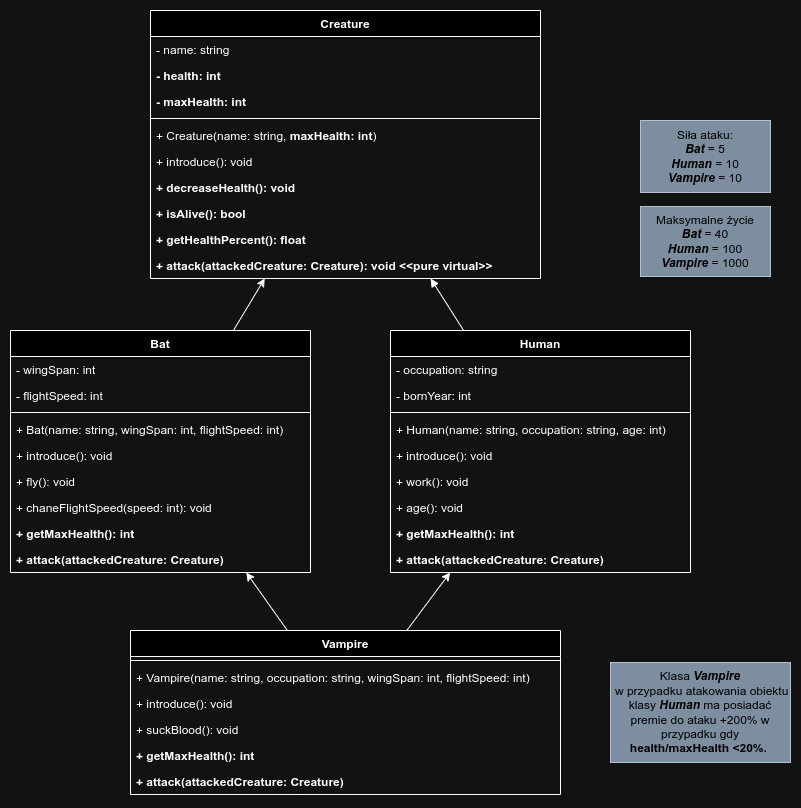
This is assets/vampire2Extended.drawio.png from Kajkitsu/po, a draw.io export, as it was before one commit. Source tidied: cells renumbered, new cells last; positions are measured from the earlier drawing's top-left corner, leaving out a move shared by most shapes.
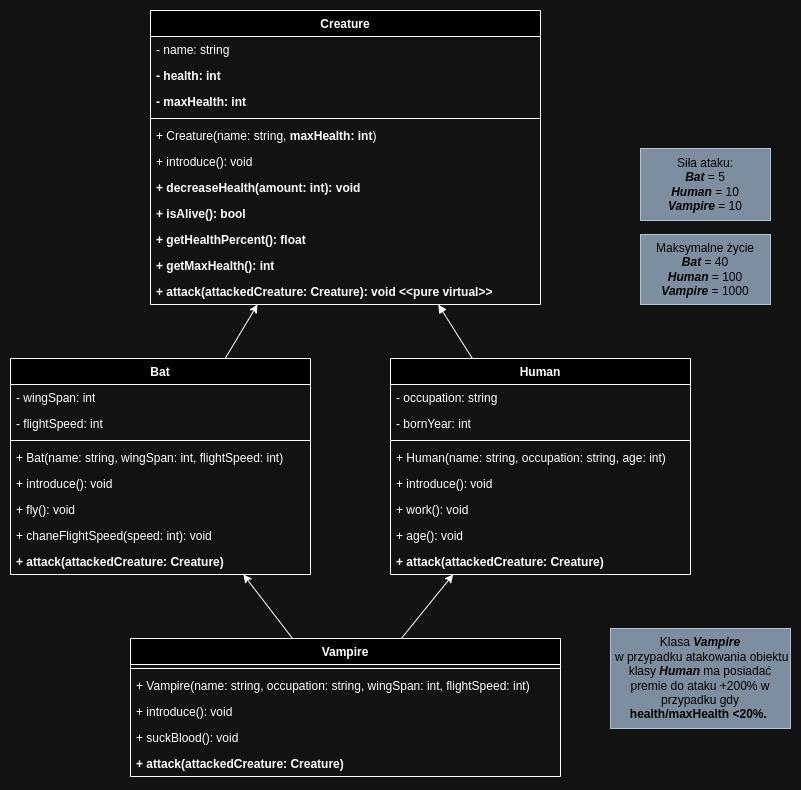
Above is the later version.

What changed in the source:
```diff
@@ -3,7 +3,7 @@
     <mxCell id="0" />
     <mxCell id="1" parent="0" />
     <mxCell id="2" value="Creature" style="swimlane;fontStyle=1;align=center;verticalAlign=top;horizontal=1;startSize=26;whiteSpace=wrap;html=1;" parent="1" vertex="1">
-      <mxGeometry x="140" width="390" height="268" as="geometry" />
+      <mxGeometry x="140" y="-28" width="390" height="294" as="geometry" />
     </mxCell>
     <mxCell id="3" value="- name: string" style="text;strokeColor=none;fillColor=none;align=left;verticalAlign=top;spacingLeft=4;spacingRight=4;overflow=hidden;whiteSpace=wrap;html=1;" parent="2" vertex="1">
       <mxGeometry y="26" width="390" height="26" as="geometry" />
@@ -23,7 +23,7 @@
     <mxCell id="8" value="+ introduce(): void" style="text;strokeColor=none;fillColor=none;align=left;verticalAlign=top;spacingLeft=4;spacingRight=4;overflow=hidden;whiteSpace=wrap;html=1;" parent="2" vertex="1">
       <mxGeometry y="138" width="390" height="26" as="geometry" />
     </mxCell>
-    <mxCell id="9" value="&lt;b&gt;+ decreaseHealth(): void&lt;/b&gt;" style="text;strokeColor=none;fillColor=none;align=left;verticalAlign=top;spacingLeft=4;spacingRight=4;overflow=hidden;whiteSpace=wrap;html=1;" parent="2" vertex="1">
+    <mxCell id="9" value="&lt;b&gt;+ decreaseHealth(amount: int): void&lt;/b&gt;" style="text;strokeColor=none;fillColor=none;align=left;verticalAlign=top;spacingLeft=4;spacingRight=4;overflow=hidden;whiteSpace=wrap;html=1;" parent="2" vertex="1">
       <mxGeometry y="164" width="390" height="26" as="geometry" />
     </mxCell>
     <mxCell id="10" value="&lt;b&gt;+ isAlive(): bool&lt;/b&gt;" style="text;strokeColor=none;fillColor=none;align=left;verticalAlign=top;spacingLeft=4;spacingRight=4;overflow=hidden;whiteSpace=wrap;html=1;" parent="2" vertex="1">
@@ -32,14 +32,17 @@
     <mxCell id="11" value="&lt;b&gt;+ getHealthPercent&lt;/b&gt;&lt;b&gt;(): float&lt;/b&gt;" style="text;strokeColor=none;fillColor=none;align=left;verticalAlign=top;spacingLeft=4;spacingRight=4;overflow=hidden;whiteSpace=wrap;html=1;" parent="2" vertex="1">
       <mxGeometry y="216" width="390" height="26" as="geometry" />
     </mxCell>
+    <mxCell id="47" value="&lt;b&gt;+ getMaxHealth(): int&lt;/b&gt;" style="text;strokeColor=none;fillColor=none;align=left;verticalAlign=top;spacingLeft=4;spacingRight=4;overflow=hidden;whiteSpace=wrap;html=1;" parent="2" vertex="1">
+      <mxGeometry y="242" width="390" height="26" as="geometry" />
+    </mxCell>
     <mxCell id="12" value="&lt;b&gt;+ attack(attackedCreature: Creature): void&amp;nbsp;&amp;lt;&amp;lt;pure virtual&amp;gt;&amp;gt;&lt;/b&gt;" style="text;strokeColor=none;fillColor=none;align=left;verticalAlign=top;spacingLeft=4;spacingRight=4;overflow=hidden;whiteSpace=wrap;html=1;" parent="2" vertex="1">
-      <mxGeometry y="242" width="390" height="26" as="geometry" />
+      <mxGeometry y="268" width="390" height="26" as="geometry" />
     </mxCell>
     <mxCell id="13" style="rounded=0;jettySize=auto;html=1;endArrow=block;endFill=1;" parent="1" edge="1" source="14" target="2">
       <mxGeometry relative="1" as="geometry" />
     </mxCell>
     <mxCell id="14" value="Human" style="swimlane;fontStyle=1;align=center;verticalAlign=top;horizontal=1;startSize=26;whiteSpace=wrap;html=1;" parent="1" vertex="1">
-      <mxGeometry x="380" y="320" width="300" height="242" as="geometry" />
+      <mxGeometry x="380" y="320" width="300" height="216" as="geometry" />
     </mxCell>
     <mxCell id="15" value="- occupation: string" style="text;strokeColor=none;fillColor=none;align=left;verticalAlign=top;spacingLeft=4;spacingRight=4;overflow=hidden;whiteSpace=wrap;html=1;" parent="14" vertex="1">
       <mxGeometry y="26" width="300" height="26" as="geometry" />
@@ -62,17 +65,14 @@
     <mxCell id="21" value="+ age(): void" style="text;strokeColor=none;fillColor=none;align=left;verticalAlign=top;spacingLeft=4;spacingRight=4;overflow=hidden;whiteSpace=wrap;html=1;" parent="14" vertex="1">
       <mxGeometry y="164" width="300" height="26" as="geometry" />
     </mxCell>
-    <mxCell id="22" value="&lt;b&gt;+ getMaxHealth(): int&lt;/b&gt;" style="text;strokeColor=none;fillColor=none;align=left;verticalAlign=top;spacingLeft=4;spacingRight=4;overflow=hidden;whiteSpace=wrap;html=1;" parent="14" vertex="1">
-      <mxGeometry y="190" width="300" height="26" as="geometry" />
-    </mxCell>
     <mxCell id="23" value="&lt;b&gt;+ attack(attackedCreature: Creature)&lt;/b&gt;" style="text;strokeColor=none;fillColor=none;align=left;verticalAlign=top;spacingLeft=4;spacingRight=4;overflow=hidden;whiteSpace=wrap;html=1;" parent="14" vertex="1">
-      <mxGeometry y="216" width="300" height="26" as="geometry" />
+      <mxGeometry y="190" width="300" height="26" as="geometry" />
     </mxCell>
     <mxCell id="24" style="rounded=0;jettySize=auto;html=1;" parent="1" edge="1" source="25" target="2">
       <mxGeometry relative="1" as="geometry" />
     </mxCell>
     <mxCell id="25" value="Bat" style="swimlane;fontStyle=1;align=center;verticalAlign=top;horizontal=1;startSize=26;whiteSpace=wrap;html=1;" parent="1" vertex="1">
-      <mxGeometry y="320" width="300" height="242" as="geometry" />
+      <mxGeometry y="320" width="300" height="216" as="geometry" />
     </mxCell>
     <mxCell id="26" value="- wingSpan: int" style="text;strokeColor=none;fillColor=none;align=left;verticalAlign=top;spacingLeft=4;spacingRight=4;overflow=hidden;whiteSpace=wrap;html=1;" parent="25" vertex="1">
       <mxGeometry y="26" width="300" height="26" as="geometry" />
@@ -95,11 +95,8 @@
     <mxCell id="32" value="+ chaneFlightSpeed(speed: int): void" style="text;strokeColor=none;fillColor=none;align=left;verticalAlign=top;spacingLeft=4;spacingRight=4;overflow=hidden;whiteSpace=wrap;html=1;" parent="25" vertex="1">
       <mxGeometry y="164" width="300" height="26" as="geometry" />
     </mxCell>
-    <mxCell id="33" value="&lt;b&gt;+ getMaxHealth(): int&lt;/b&gt;" style="text;strokeColor=none;fillColor=none;align=left;verticalAlign=top;spacingLeft=4;spacingRight=4;overflow=hidden;whiteSpace=wrap;html=1;" parent="25" vertex="1">
-      <mxGeometry y="190" width="300" height="26" as="geometry" />
-    </mxCell>
     <mxCell id="34" value="&lt;b&gt;+ attack(attackedCreature: Creature)&lt;/b&gt;" style="text;strokeColor=none;fillColor=none;align=left;verticalAlign=top;spacingLeft=4;spacingRight=4;overflow=hidden;whiteSpace=wrap;html=1;" parent="25" vertex="1">
-      <mxGeometry y="216" width="300" height="26" as="geometry" />
+      <mxGeometry y="190" width="300" height="26" as="geometry" />
     </mxCell>
     <mxCell id="35" style="rounded=0;jettySize=auto;html=1;" parent="1" edge="1" source="37" target="14">
       <mxGeometry relative="1" as="geometry" />
@@ -108,7 +105,7 @@
       <mxGeometry relative="1" as="geometry" />
     </mxCell>
     <mxCell id="37" value="Vampire" style="swimlane;fontStyle=1;align=center;verticalAlign=top;horizontal=1;startSize=26;whiteSpace=wrap;html=1;" parent="1" vertex="1">
-      <mxGeometry x="120" y="620" width="430" height="164" as="geometry" />
+      <mxGeometry x="120" y="600" width="430" height="138" as="geometry" />
     </mxCell>
     <mxCell id="38" style="line;strokeWidth=1;fillColor=none;align=left;verticalAlign=middle;spacingTop=-1;spacingLeft=3;spacingRight=3;labelPosition=right;strokeColor=inherit;" parent="37" vertex="1">
       <mxGeometry y="26" width="430" height="8" as="geometry" />
@@ -122,11 +119,8 @@
     <mxCell id="41" value="+ suckBlood(): void" style="text;strokeColor=none;fillColor=none;align=left;verticalAlign=top;spacingLeft=4;spacingRight=4;overflow=hidden;whiteSpace=wrap;html=1;" parent="37" vertex="1">
       <mxGeometry y="86" width="430" height="26" as="geometry" />
     </mxCell>
-    <mxCell id="42" value="&lt;b&gt;+ getMaxHealth(): int&lt;/b&gt;" style="text;strokeColor=none;fillColor=none;align=left;verticalAlign=top;spacingLeft=4;spacingRight=4;overflow=hidden;whiteSpace=wrap;html=1;" parent="37" vertex="1">
-      <mxGeometry y="112" width="430" height="26" as="geometry" />
-    </mxCell>
     <mxCell id="43" value="&lt;b&gt;+ attack(attackedCreature: Creature)&lt;/b&gt;" style="text;strokeColor=none;fillColor=none;align=left;verticalAlign=top;spacingLeft=4;spacingRight=4;overflow=hidden;whiteSpace=wrap;html=1;" parent="37" vertex="1">
-      <mxGeometry y="138" width="430" height="26" as="geometry" />
+      <mxGeometry y="112" width="430" height="26" as="geometry" />
     </mxCell>
     <mxCell id="44" value="Maksymalne życie&lt;br&gt;&lt;i style=&quot;font-weight: bold;&quot;&gt;Bat&lt;/i&gt; = 40&lt;br&gt;&lt;b&gt;&lt;i&gt;Human&lt;/i&gt;&lt;/b&gt; = 100&lt;br&gt;&lt;b&gt;&lt;i&gt;Vampire&lt;/i&gt;&lt;/b&gt; = 1000" style="rounded=0;whiteSpace=wrap;html=1;fillColor=#647687;fontColor=#ffffff;strokeColor=#314354;" parent="1" vertex="1">
       <mxGeometry x="630" y="196" width="130" height="70" as="geometry" />
@@ -135,7 +129,7 @@
       <mxGeometry x="630" y="110" width="130" height="72" as="geometry" />
     </mxCell>
     <mxCell id="46" value="Klasa&amp;nbsp;&lt;b&gt;&lt;i&gt;Vampire&lt;/i&gt;&lt;/b&gt;&lt;br&gt;&amp;nbsp;w przypadku atakowania obiektu klasy &lt;b&gt;&lt;i&gt;Human&lt;/i&gt;&lt;/b&gt;&amp;nbsp;ma posiadać premie do ataku +200% w przypadku gdy &lt;b style=&quot;border-color: var(--border-color); text-align: left;&quot;&gt;health/maxHealth &amp;lt;20%.&amp;nbsp;&lt;/b&gt;" style="rounded=0;whiteSpace=wrap;html=1;fillColor=#647687;fontColor=#ffffff;strokeColor=#314354;" parent="1" vertex="1">
-      <mxGeometry x="600" y="652" width="180" height="100" as="geometry" />
+      <mxGeometry x="600" y="590" width="180" height="100" as="geometry" />
     </mxCell>
   </root>
 </mxGraphModel>
```
